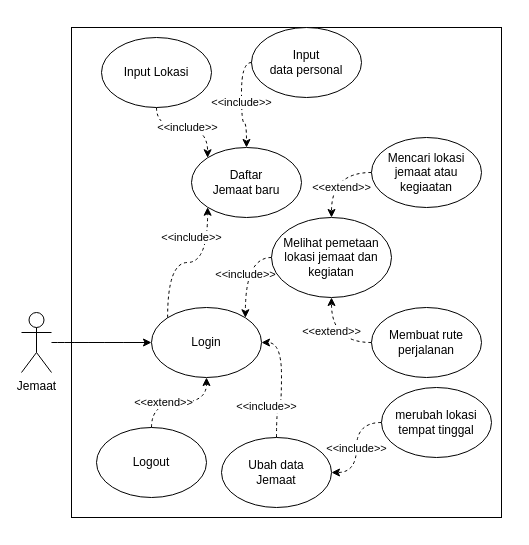
Earlier version of the draw.io diagram page "Page-1" (1 of 3) of UseCaseDiagram.drawio (Raymond-15/requirements). Source tidied: cells renumbered, new cells numbered last; positions are measured from the earlier drawing's top-left corner, leaving out a move shared by most shapes. Both pictures are drawn from the tidied source at 100%, with x=0, y=0 at pixel (21, 27).
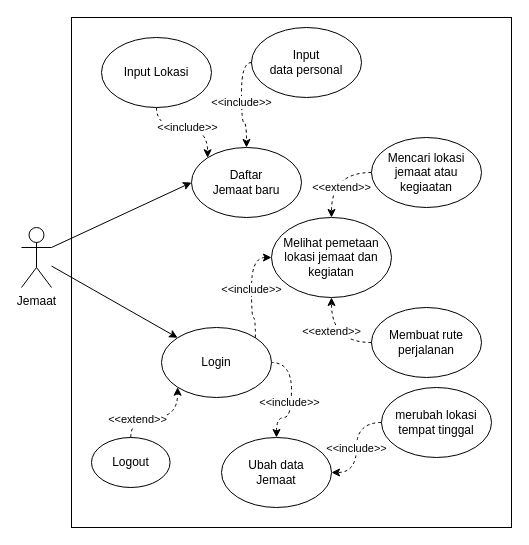
After the change.

Unchanged cells that the change refers to:
```xml
<mxCell id="6" value="Daftar &lt;br&gt;Jemaat baru" style="ellipse;whiteSpace=wrap;html=1;" parent="1" vertex="1">
  <mxGeometry x="170" y="120" width="110" height="70" as="geometry" />
</mxCell>
<mxCell id="8" value="Ubah data&lt;br&gt;Jemaat" style="ellipse;whiteSpace=wrap;html=1;" parent="1" vertex="1">
  <mxGeometry x="200" y="410" width="110" height="70" as="geometry" />
</mxCell>
<mxCell id="19" value="Melihat pemetaan lokasi jemaat dan kegiatan" style="ellipse;whiteSpace=wrap;html=1;" parent="1" vertex="1">
  <mxGeometry x="250" y="190" width="120" height="80" as="geometry" />
</mxCell>
```

Change to the diagram source:
```diff
@@
     <mxCell id="2" style="rounded=0;whiteSpace=wrap;html=1;fillColor=none;" parent="1" vertex="1">
-      <mxGeometry x="50" width="430" height="490" as="geometry" />
+      <mxGeometry x="50" y="-10" width="440" height="510" as="geometry" />
     </mxCell>
-    <mxCell id="3" value="&amp;lt;&amp;lt;include&amp;gt;&amp;gt;" style="edgeStyle=orthogonalEdgeStyle;rounded=0;jettySize=auto;html=1;entryX=0;entryY=1;entryDx=0;entryDy=0;endArrow=classic;endFill=1;exitX=0;exitY=0;exitDx=0;exitDy=0;curved=1;startArrow=none;startFill=0;dashed=1;" parent="1" edge="1" source="9" target="6">
-      <mxGeometry x="0.6" y="16" relative="1" as="geometry" />
-    </mxCell>
-    <mxCell id="4" style="edgeStyle=orthogonalEdgeStyle;rounded=0;jettySize=auto;html=1;entryX=0;entryY=0.5;entryDx=0;entryDy=0;curved=1;endArrow=classic;endFill=1;" parent="1" edge="1" source="5" target="9">
+    <mxCell id="4" style="rounded=0;jettySize=auto;html=1;entryX=0;entryY=0;entryDx=0;entryDy=0;endArrow=classic;endFill=1;" parent="1" edge="1" source="5" target="9">
       <mxGeometry relative="1" as="geometry" />
     </mxCell>
     <mxCell id="5" value="Jemaat" style="shape=umlActor;verticalLabelPosition=bottom;verticalAlign=top;html=1;outlineConnect=0;" parent="1" vertex="1">
-      <mxGeometry y="285" width="30" height="60" as="geometry" />
+      <mxGeometry y="200" width="30" height="60" as="geometry" />
     </mxCell>
+    <mxCell id="24" style="rounded=0;jettySize=auto;html=1;exitX=0;exitY=0.5;exitDx=0;exitDy=0;entryX=1;entryY=0.3333333333333333;entryDx=0;entryDy=0;entryPerimeter=0;startArrow=classic;startFill=1;endArrow=none;endFill=0;" parent="1" edge="1" source="6" target="5">
+      <mxGeometry relative="1" as="geometry" />
+    </mxCell>
@@
-    <mxCell id="7" value="&amp;lt;&amp;lt;include&amp;gt;&amp;gt;" style="edgeStyle=orthogonalEdgeStyle;rounded=0;jettySize=auto;html=1;entryX=1;entryY=0.5;entryDx=0;entryDy=0;curved=1;dashed=1;" parent="1" edge="1" source="8" target="9">
+    <mxCell id="7" value="&amp;lt;&amp;lt;include&amp;gt;&amp;gt;" style="edgeStyle=orthogonalEdgeStyle;rounded=0;jettySize=auto;html=1;entryX=1;entryY=0.5;entryDx=0;entryDy=0;curved=1;dashed=1;startArrow=classic;startFill=1;endArrow=none;endFill=0;" parent="1" edge="1" source="8" target="9">
       <mxGeometry x="-0.4" y="15" relative="1" as="geometry" />
     </mxCell>
@@
     <mxCell id="9" value="Login" style="ellipse;whiteSpace=wrap;html=1;" parent="1" vertex="1">
-      <mxGeometry x="130" y="280" width="110" height="70" as="geometry" />
+      <mxGeometry x="140" y="300" width="110" height="70" as="geometry" />
     </mxCell>
-    <mxCell id="10" value="&amp;lt;&amp;lt;extend&amp;gt;&amp;gt;" style="edgeStyle=orthogonalEdgeStyle;rounded=0;jettySize=auto;html=1;entryX=0.5;entryY=1;entryDx=0;entryDy=0;curved=1;dashed=1;" parent="1" edge="1" source="11" target="9">
-      <mxGeometry x="-0.29" relative="1" as="geometry" />
+    <mxCell id="10" value="&amp;lt;&amp;lt;extend&amp;gt;&amp;gt;" style="edgeStyle=orthogonalEdgeStyle;rounded=0;jettySize=auto;html=1;entryX=0;entryY=1;entryDx=0;entryDy=0;curved=1;dashed=1;" parent="1" edge="1" source="11" target="9">
+      <mxGeometry x="-0.43" y="-3" relative="1" as="geometry">
+        <mxPoint x="-1" y="-1" as="offset" />
+      </mxGeometry>
     </mxCell>
     <mxCell id="11" value="Logout" style="ellipse;whiteSpace=wrap;html=1;" parent="1" vertex="1">
-      <mxGeometry x="75" y="400" width="110" height="70" as="geometry" />
+      <mxGeometry x="70" y="410" width="78.6" height="50" as="geometry" />
     </mxCell>
@@
-    <mxCell id="18" value="&amp;lt;&amp;lt;include&amp;gt;&amp;gt;" style="edgeStyle=orthogonalEdgeStyle;rounded=0;jettySize=auto;html=1;exitX=0;exitY=0.5;exitDx=0;exitDy=0;entryX=1;entryY=0;entryDx=0;entryDy=0;curved=1;dashed=1;" parent="1" edge="1" source="19" target="9">
+    <mxCell id="18" value="&amp;lt;&amp;lt;include&amp;gt;&amp;gt;" style="edgeStyle=orthogonalEdgeStyle;rounded=0;jettySize=auto;html=1;exitX=0;exitY=0.5;exitDx=0;exitDy=0;entryX=1;entryY=0;entryDx=0;entryDy=0;curved=1;dashed=1;startArrow=classic;startFill=1;endArrow=none;endFill=0;" parent="1" edge="1" source="19" target="9">
       <mxGeometry relative="1" as="geometry" />
     </mxCell>
```
